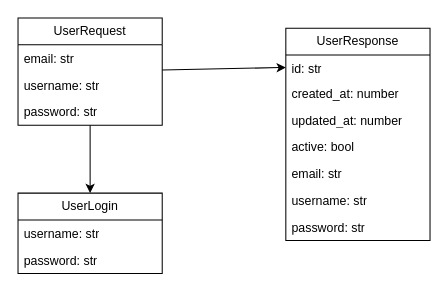
The draw.io diagram docs/api.drawio in yoshtempest/manhwa-library, before the edit. Source tidied: cells renumbered, new cells numbered last; positions are measured from the earlier drawing's top-left corner, leaving out a move shared by most shapes. Both pictures are drawn from the tidied source at 103%, with x=0, y=0 at pixel (18, 18).
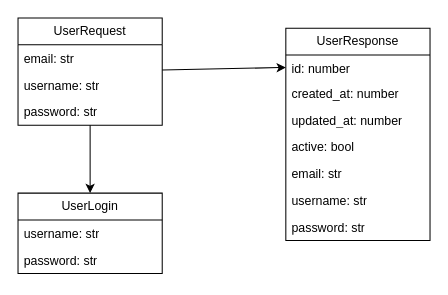
After the change.

Commit message (it also covers changes not shown here):
fix: id receive str to receive number

Diff of the diagram source:
```diff
@@
 <mxGraphModel>
   <root>
     <mxCell id="0" />
     <mxCell id="1" parent="0" />
     <mxCell id="2" style="edgeStyle=none;html=1;" parent="1" edge="1" source="4" target="16">
       <mxGeometry relative="1" as="geometry" />
     </mxCell>
     <mxCell id="3" style="edgeStyle=none;html=1;entryX=0;entryY=0.5;entryDx=0;entryDy=0;" parent="1" edge="1" source="4" target="9">
       <mxGeometry relative="1" as="geometry" />
     </mxCell>
     <mxCell id="4" value="UserRequest" style="swimlane;fontStyle=0;horizontal=1;startSize=26;fillColor=none;whiteSpace=wrap;html=1;" parent="1" vertex="1">
       <mxGeometry width="140" height="104" as="geometry" />
     </mxCell>
     <mxCell id="5" value="email: str" style="text;strokeColor=none;fillColor=none;align=left;verticalAlign=top;spacingLeft=4;spacingRight=4;overflow=hidden;whiteSpace=wrap;html=1;" parent="4" vertex="1">
       <mxGeometry y="26" width="140" height="26" as="geometry" />
     </mxCell>
     <mxCell id="6" value="username: str" style="text;strokeColor=none;fillColor=none;align=left;verticalAlign=top;spacingLeft=4;spacingRight=4;overflow=hidden;whiteSpace=wrap;html=1;" parent="4" vertex="1">
       <mxGeometry y="52" width="140" height="26" as="geometry" />
     </mxCell>
     <mxCell id="7" value="password: str" style="text;strokeColor=none;fillColor=none;align=left;verticalAlign=top;spacingLeft=4;spacingRight=4;overflow=hidden;whiteSpace=wrap;html=1;" parent="4" vertex="1">
       <mxGeometry y="78" width="140" height="26" as="geometry" />
     </mxCell>
     <mxCell id="8" value="UserResponse" style="swimlane;fontStyle=0;horizontal=1;startSize=26;fillColor=none;whiteSpace=wrap;html=1;" parent="1" vertex="1">
       <mxGeometry x="260" y="10" width="140" height="206" as="geometry" />
     </mxCell>
-    <mxCell id="9" value="id: str" style="text;strokeColor=none;fillColor=none;align=left;verticalAlign=top;spacingLeft=4;spacingRight=4;overflow=hidden;points=[[0,0.5],[1,0.5]];portConstraint=eastwest;whiteSpace=wrap;html=1;" parent="8" vertex="1">
+    <mxCell id="9" value="id: number" style="text;strokeColor=none;fillColor=none;align=left;verticalAlign=top;spacingLeft=4;spacingRight=4;overflow=hidden;points=[[0,0.5],[1,0.5]];portConstraint=eastwest;whiteSpace=wrap;html=1;" parent="8" vertex="1">
       <mxGeometry y="26" width="140" height="24" as="geometry" />
     </mxCell>
     <mxCell id="10" value="created_at: number" style="text;strokeColor=none;fillColor=none;align=left;verticalAlign=top;spacingLeft=4;spacingRight=4;overflow=hidden;whiteSpace=wrap;html=1;" parent="8" vertex="1">
       <mxGeometry y="50" width="140" height="26" as="geometry" />
     </mxCell>
     <mxCell id="11" value="updated_at: number" style="text;strokeColor=none;fillColor=none;align=left;verticalAlign=top;spacingLeft=4;spacingRight=4;overflow=hidden;whiteSpace=wrap;html=1;" parent="8" vertex="1">
       <mxGeometry y="76" width="140" height="26" as="geometry" />
     </mxCell>
     <mxCell id="12" value="active: bool" style="text;strokeColor=none;fillColor=none;align=left;verticalAlign=top;spacingLeft=4;spacingRight=4;overflow=hidden;whiteSpace=wrap;html=1;" parent="8" vertex="1">
       <mxGeometry y="102" width="140" height="26" as="geometry" />
     </mxCell>
     <mxCell id="13" value="email: str" style="text;strokeColor=none;fillColor=none;align=left;verticalAlign=top;spacingLeft=4;spacingRight=4;overflow=hidden;whiteSpace=wrap;html=1;" parent="8" vertex="1">
       <mxGeometry y="128" width="140" height="26" as="geometry" />
     </mxCell>
     <mxCell id="14" value="username: str" style="text;strokeColor=none;fillColor=none;align=left;verticalAlign=top;spacingLeft=4;spacingRight=4;overflow=hidden;whiteSpace=wrap;html=1;" parent="8" vertex="1">
       <mxGeometry y="154" width="140" height="26" as="geometry" />
     </mxCell>
     <mxCell id="15" value="password: str" style="text;strokeColor=none;fillColor=none;align=left;verticalAlign=top;spacingLeft=4;spacingRight=4;overflow=hidden;whiteSpace=wrap;html=1;" parent="8" vertex="1">
       <mxGeometry y="180" width="140" height="26" as="geometry" />
     </mxCell>
     <mxCell id="16" value="UserLogin" style="swimlane;fontStyle=0;horizontal=1;startSize=26;fillColor=none;whiteSpace=wrap;html=1;" parent="1" vertex="1">
       <mxGeometry y="170" width="140" height="78" as="geometry" />
     </mxCell>
     <mxCell id="17" value="username: str" style="text;strokeColor=none;fillColor=none;align=left;verticalAlign=top;spacingLeft=4;spacingRight=4;overflow=hidden;whiteSpace=wrap;html=1;" parent="16" vertex="1">
       <mxGeometry y="26" width="140" height="26" as="geometry" />
     </mxCell>
     <mxCell id="18" value="password: str" style="text;strokeColor=none;fillColor=none;align=left;verticalAlign=top;spacingLeft=4;spacingRight=4;overflow=hidden;whiteSpace=wrap;html=1;" parent="16" vertex="1">
       <mxGeometry y="52" width="140" height="26" as="geometry" />
     </mxCell>
   </root>
 </mxGraphModel>
```
